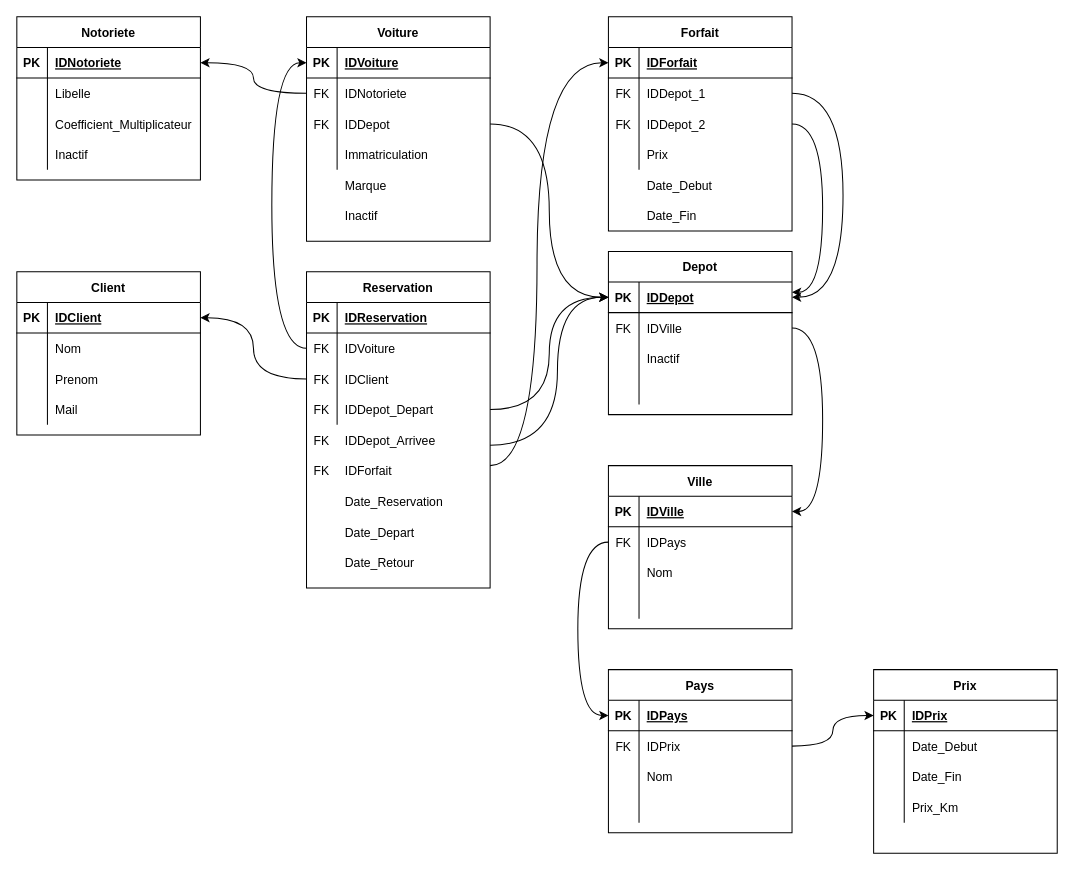
Above: Projet_Schema-relationnel.drawio in Djounna/Projet_developpement_RentACar (draw.io), before the change. Source tidied: cells renumbered, new cells numbered last; positions are measured from the earlier drawing's top-left corner, leaving out a move shared by most shapes. Both pictures are drawn from the tidied source at 102%, with x=0, y=0 at pixel (16, 16).
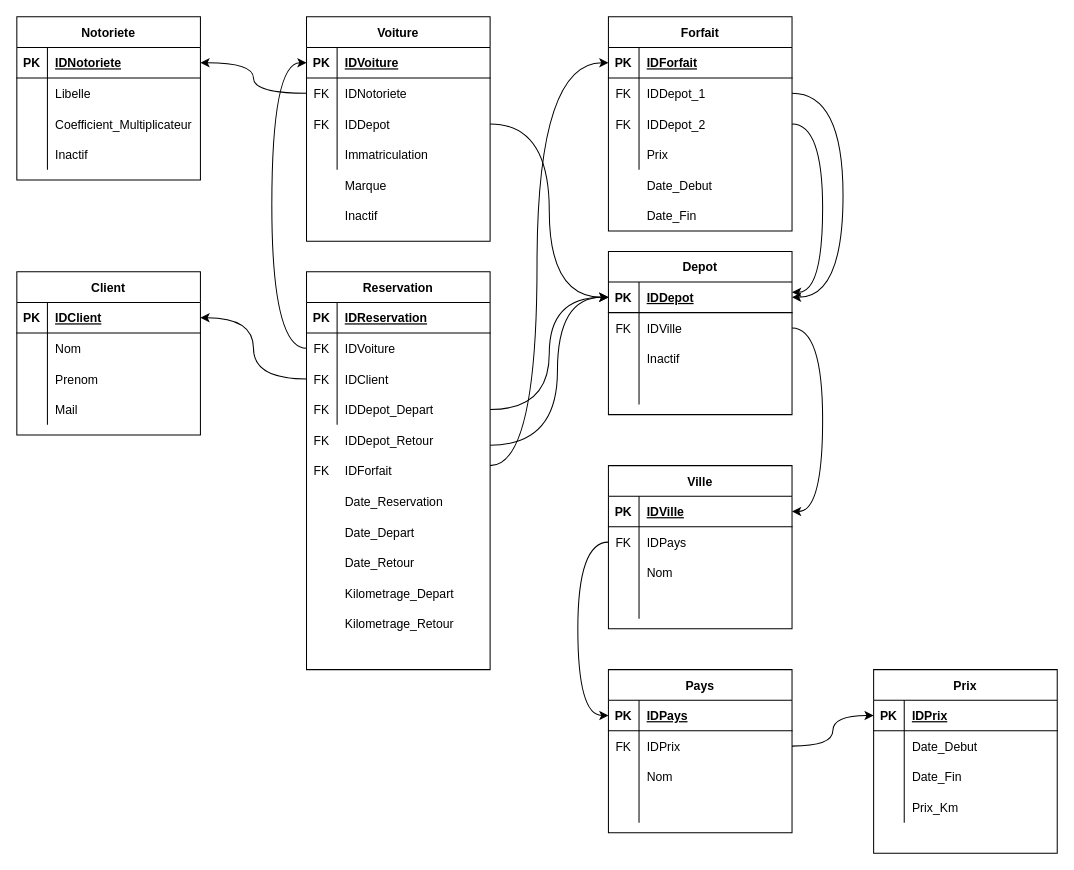
Above is the later version.

The edit, as a diff of the source:
```diff
@@
     <mxCell id="42" value="Reservation" style="shape=table;startSize=30;childLayout=tableLayout;rowLines=0;fontStyle=1;align=center;" parent="1" vertex="1">
-      <mxGeometry x="284" y="250" width="180" height="310" as="geometry" />
+      <mxGeometry x="284" y="250" width="180" height="390" as="geometry" />
     </mxCell>
@@
-    <mxCell id="69" value="IDDepot_Arrivee" style="shape=partialRectangle;fillColor=none;top=0;left=0;bottom=0;right=0;align=left;spacingLeft=6;overflow=hidden;" parent="1" vertex="1">
+    <mxCell id="69" value="IDDepot_Retour" style="shape=partialRectangle;fillColor=none;top=0;left=0;bottom=0;right=0;align=left;spacingLeft=6;overflow=hidden;" parent="1" vertex="1">
       <mxGeometry x="314" y="400" width="150" height="30" as="geometry" />
     </mxCell>
@@
+    <mxCell id="145" value="Kilometrage_Depart" style="shape=partialRectangle;fillColor=none;top=0;left=0;bottom=0;right=0;align=left;spacingLeft=6;overflow=hidden;" parent="1" vertex="1">
+      <mxGeometry x="314" y="550" width="150" height="30" as="geometry" />
+    </mxCell>
+    <mxCell id="146" value="Kilometrage_Retour" style="shape=partialRectangle;fillColor=none;top=0;left=0;bottom=0;right=0;align=left;spacingLeft=6;overflow=hidden;" parent="1" vertex="1">
+      <mxGeometry x="314" y="580" width="150" height="30" as="geometry" />
+    </mxCell>
```
